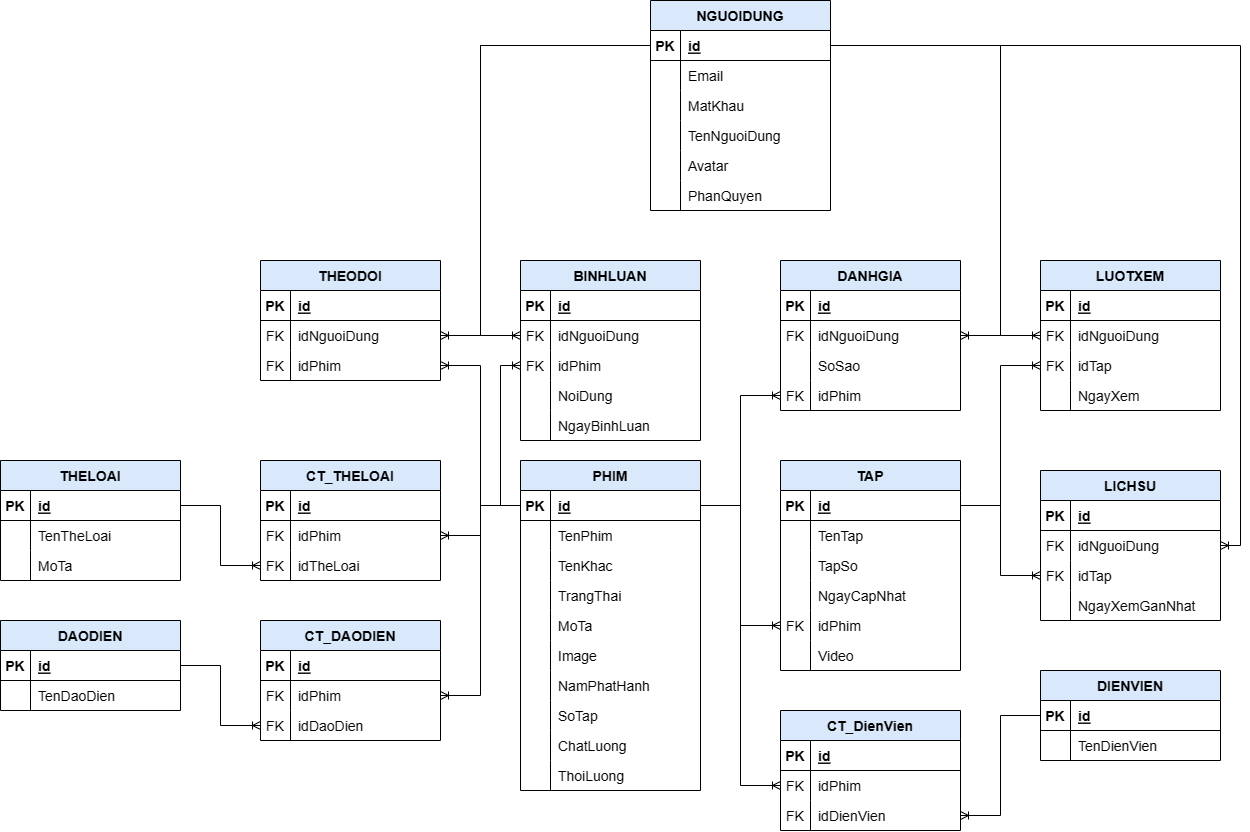
This is ERD.png from nguyenhuutu270402/nodejs_movie-watching, a draw.io export, as it was before one commit. Source tidied: cells renumbered, new cells last; positions are measured from the earlier drawing's top-left corner, leaving out a move shared by most shapes.
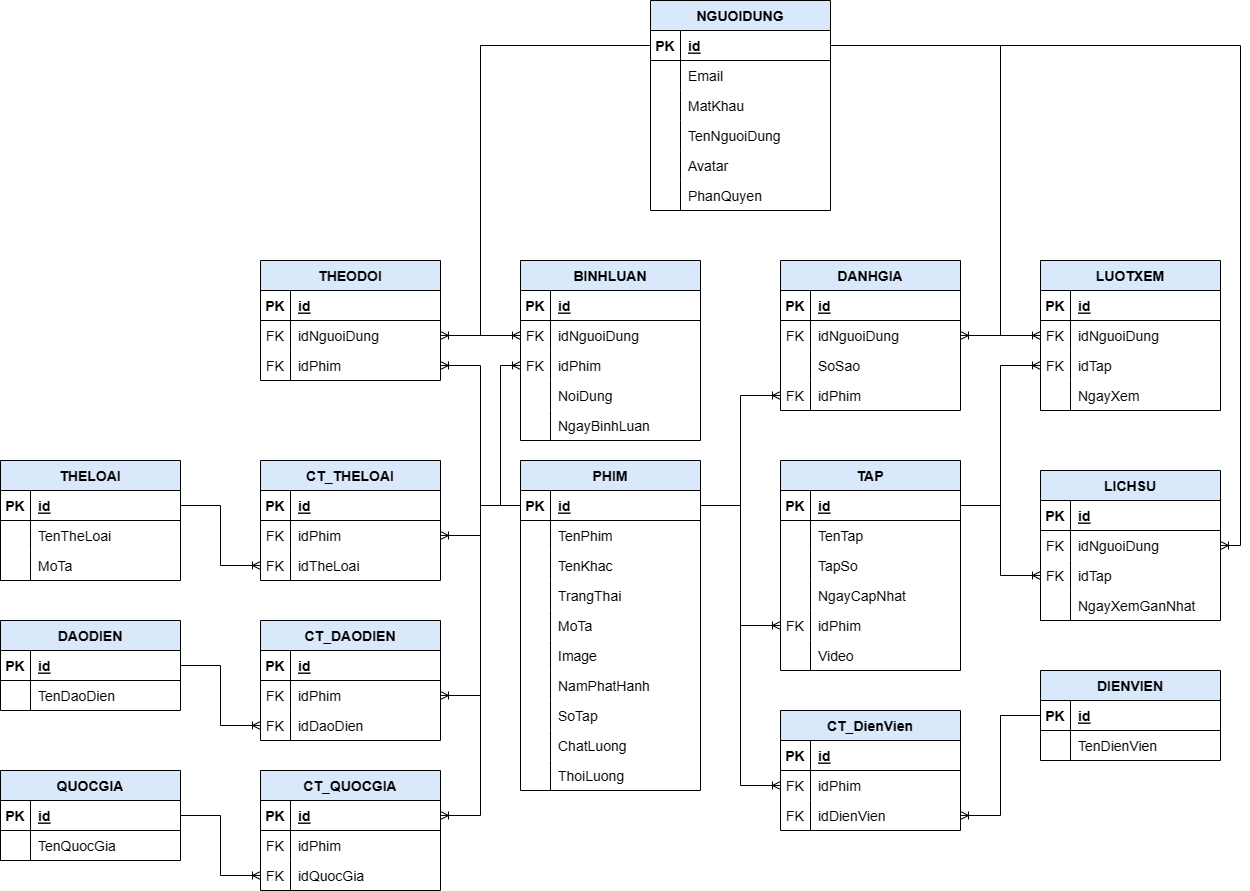
Above is the later version.

The edit, as a diff of the source:
```diff
@@ -652,5 +652,62 @@
     <mxCell id="206" style="edgeStyle=orthogonalEdgeStyle;fontSize=12;html=1;endArrow=ERoneToMany;rounded=0;exitX=1;exitY=0.5;exitDx=0;exitDy=0;entryX=0;entryY=0.5;entryDx=0;entryDy=0;" parent="1" edge="1" source="13" target="199">
       <mxGeometry relative="1" as="geometry" />
     </mxCell>
+    <mxCell id="207" value="QUOCGIA" style="shape=table;startSize=30;rowLines=0;fontStyle=1;align=center;labelBackgroundColor=none;fillColor=#dae8fc;strokeColor=#000000;fontSize=14;" parent="1" vertex="1">
+      <mxGeometry y="770" width="180" height="90" as="geometry" />
+    </mxCell>
+    <mxCell id="208" style="shape=tableRow;horizontal=0;startSize=0;swimlaneHead=0;swimlaneBody=0;fillColor=none;points=[[0,0.5],[1,0.5]];portConstraint=eastwest;top=0;left=0;right=0;bottom=1;fontSize=14;" parent="207" vertex="1">
+      <mxGeometry y="30" width="180" height="30" as="geometry" />
+    </mxCell>
+    <mxCell id="209" value="PK" style="shape=partialRectangle;fillColor=none;top=0;left=0;bottom=0;right=0;fontStyle=1;overflow=hidden;fontSize=14;" parent="208" vertex="1">
+      <mxGeometry width="30" height="30" as="geometry" />
+    </mxCell>
+    <mxCell id="210" value="id" style="shape=partialRectangle;fillColor=none;top=0;left=0;bottom=0;right=0;align=left;spacingLeft=6;fontStyle=5;overflow=hidden;fontSize=14;" parent="208" vertex="1">
+      <mxGeometry x="30" width="150" height="30" as="geometry" />
+    </mxCell>
+    <mxCell id="211" style="shape=tableRow;horizontal=0;startSize=0;swimlaneHead=0;swimlaneBody=0;fillColor=none;top=0;left=0;right=0;bottom=0;fontSize=14;" parent="207" vertex="1">
+      <mxGeometry y="60" width="180" height="30" as="geometry" />
+    </mxCell>
+    <mxCell id="212" style="shape=partialRectangle;fillColor=none;top=0;left=0;bottom=0;right=0;overflow=hidden;fontSize=14;" parent="211" vertex="1">
+      <mxGeometry width="30" height="30" as="geometry" />
+    </mxCell>
+    <mxCell id="213" value="TenQuocGia" style="shape=partialRectangle;fillColor=none;top=0;left=0;bottom=0;right=0;align=left;spacingLeft=6;overflow=hidden;fontSize=14;" parent="211" vertex="1">
+      <mxGeometry x="30" width="150" height="30" as="geometry" />
+    </mxCell>
+    <mxCell id="214" value="CT_QUOCGIA" style="shape=table;startSize=30;rowLines=0;fontStyle=1;align=center;labelBackgroundColor=none;fillColor=#dae8fc;strokeColor=#000000;fontSize=14;" parent="1" vertex="1">
+      <mxGeometry x="260" y="770" width="180" height="120" as="geometry" />
+    </mxCell>
+    <mxCell id="215" style="shape=tableRow;horizontal=0;startSize=0;swimlaneHead=0;swimlaneBody=0;fillColor=none;points=[[0,0.5],[1,0.5]];portConstraint=eastwest;top=0;left=0;right=0;bottom=1;fontSize=14;" parent="214" vertex="1">
+      <mxGeometry y="30" width="180" height="30" as="geometry" />
+    </mxCell>
+    <mxCell id="216" value="PK" style="shape=partialRectangle;fillColor=none;top=0;left=0;bottom=0;right=0;fontStyle=1;overflow=hidden;fontSize=14;" parent="215" vertex="1">
+      <mxGeometry width="30" height="30" as="geometry" />
+    </mxCell>
+    <mxCell id="217" value="id" style="shape=partialRectangle;fillColor=none;top=0;left=0;bottom=0;right=0;align=left;spacingLeft=6;fontStyle=5;overflow=hidden;fontSize=14;" parent="215" vertex="1">
+      <mxGeometry x="30" width="150" height="30" as="geometry" />
+    </mxCell>
+    <mxCell id="218" style="shape=tableRow;horizontal=0;startSize=0;swimlaneHead=0;swimlaneBody=0;fillColor=none;top=0;left=0;right=0;bottom=0;fontSize=14;" parent="214" vertex="1">
+      <mxGeometry y="60" width="180" height="30" as="geometry" />
+    </mxCell>
+    <mxCell id="219" value="FK" style="shape=partialRectangle;fillColor=none;top=0;left=0;bottom=0;right=0;overflow=hidden;fontSize=14;" parent="218" vertex="1">
+      <mxGeometry width="30" height="30" as="geometry" />
+    </mxCell>
+    <mxCell id="220" value="idPhim" style="shape=partialRectangle;fillColor=none;top=0;left=0;bottom=0;right=0;align=left;spacingLeft=6;overflow=hidden;fontSize=14;" parent="218" vertex="1">
+      <mxGeometry x="30" width="150" height="30" as="geometry" />
+    </mxCell>
+    <mxCell id="221" style="shape=tableRow;horizontal=0;startSize=0;swimlaneHead=0;swimlaneBody=0;fillColor=none;points=[[0,0.5],[1,0.5]];portConstraint=eastwest;top=0;left=0;right=0;bottom=0;fontSize=14;" parent="214" vertex="1">
+      <mxGeometry y="90" width="180" height="30" as="geometry" />
+    </mxCell>
+    <mxCell id="222" value="FK" style="shape=partialRectangle;fillColor=none;top=0;left=0;bottom=0;right=0;overflow=hidden;fontSize=14;" parent="221" vertex="1">
+      <mxGeometry width="30" height="30" as="geometry" />
+    </mxCell>
+    <mxCell id="223" value="idQuocGia" style="shape=partialRectangle;fillColor=none;top=0;left=0;bottom=0;right=0;align=left;spacingLeft=6;overflow=hidden;fontSize=14;" parent="221" vertex="1">
+      <mxGeometry x="30" width="150" height="30" as="geometry" />
+    </mxCell>
+    <mxCell id="224" style="edgeStyle=orthogonalEdgeStyle;fontSize=12;html=1;endArrow=ERoneToMany;rounded=0;exitX=1;exitY=0.5;exitDx=0;exitDy=0;entryX=0;entryY=0.5;entryDx=0;entryDy=0;" parent="1" edge="1" source="208" target="221">
+      <mxGeometry relative="1" as="geometry" />
+    </mxCell>
+    <mxCell id="225" style="edgeStyle=orthogonalEdgeStyle;fontSize=12;html=1;endArrow=ERoneToMany;rounded=0;exitX=0;exitY=0.5;exitDx=0;exitDy=0;entryX=1;entryY=0.5;entryDx=0;entryDy=0;" parent="1" edge="1" source="13" target="215">
+      <mxGeometry relative="1" as="geometry" />
+    </mxCell>
   </root>
 </mxGraphModel>
```
